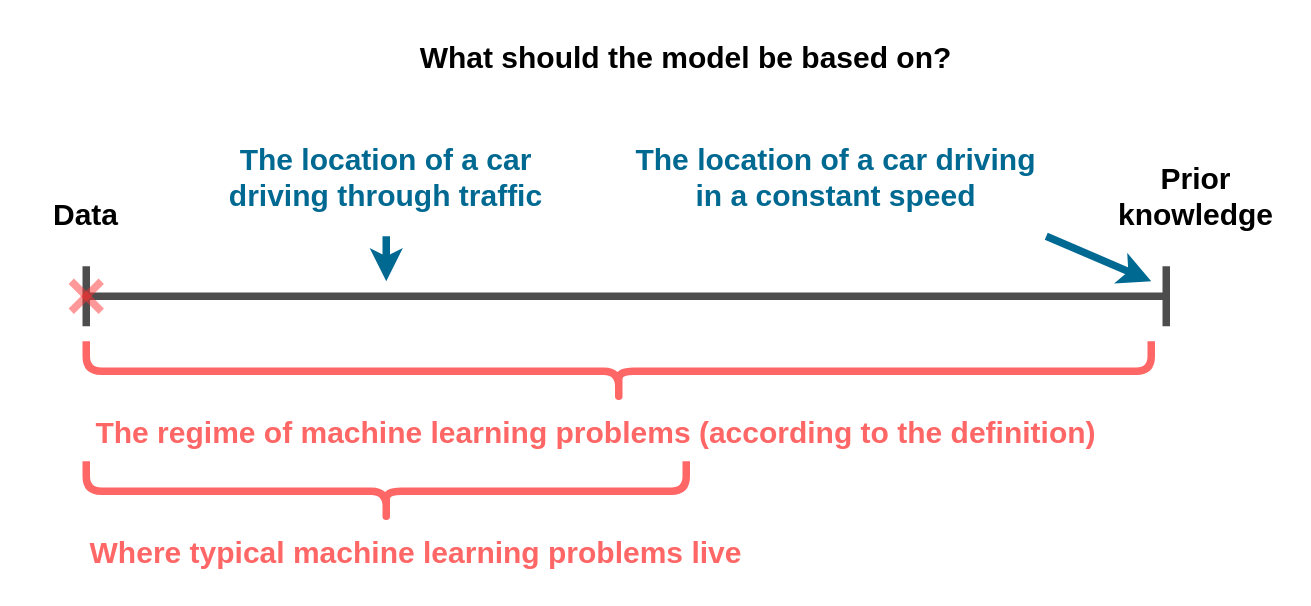
This is page "data_vs_prior" (4 of 5) of content/assets/diagrams.drawio from technion046195/technion046195, a draw.io file, before an edit. Source tidied: cells renumbered, new cells numbered last; positions are measured from the earlier drawing's top-left corner, leaving out a move shared by most shapes. Both pictures are drawn from the tidied source at 150%, with x=0, y=0 at pixel (26, -162).
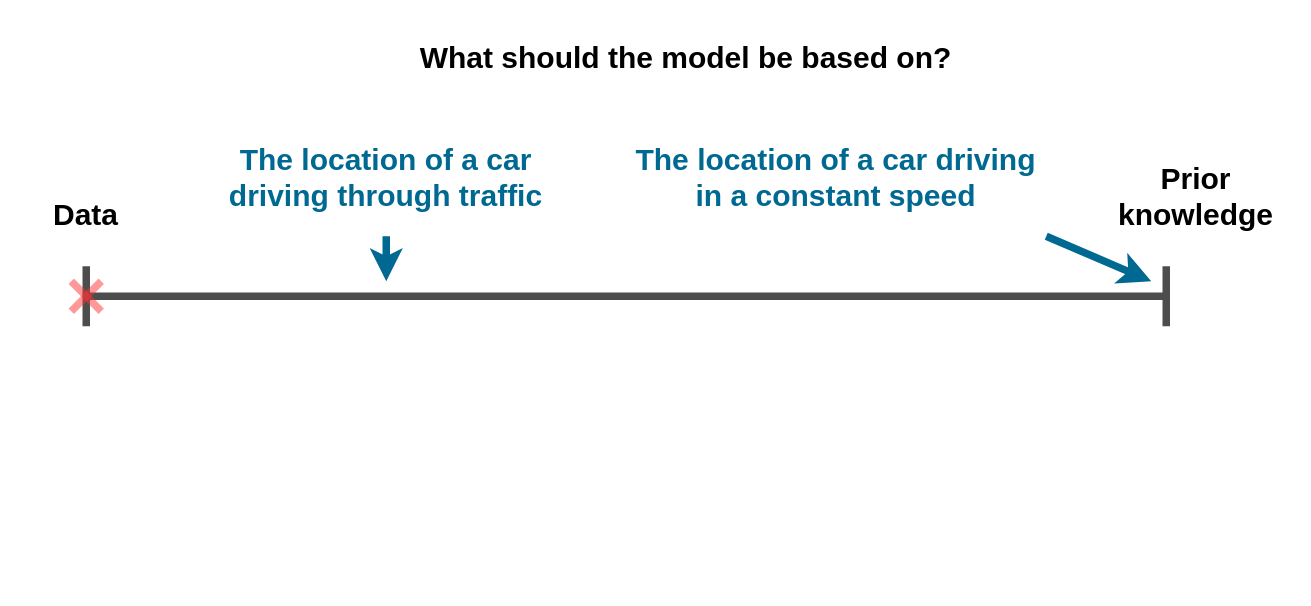
Above is the later version.

Diff of the diagram source:
```diff
@@
-    <mxCell id="10" style="shape=curlyBracket;whiteSpace=wrap;html=1;rounded=1;rotation=-90;strokeWidth=5;fillColor=none;strokeColor=#FF6666;" parent="1" vertex="1">
-      <mxGeometry x="375" width="40" height="710" as="geometry" />
-    </mxCell>
@@
-    <mxCell id="15" value="The regime of machine learning problems (according to the definition)" style="text;html=1;strokeColor=none;fillColor=none;align=center;verticalAlign=middle;whiteSpace=wrap;rounded=0;fontStyle=1;fontColor=#FF6666;fontSize=20;" parent="1" vertex="1">
-      <mxGeometry x="40" y="375" width="680" height="40" as="geometry" />
-    </mxCell>
-    <mxCell id="16" value="Where typical machine learning problems live" style="text;html=1;strokeColor=none;fillColor=none;align=center;verticalAlign=middle;whiteSpace=wrap;rounded=0;fontStyle=1;fontColor=#FF6666;fontSize=20;" parent="1" vertex="1">
-      <mxGeometry x="40" y="455" width="440" height="40" as="geometry" />
-    </mxCell>
-    <mxCell id="17" style="shape=curlyBracket;whiteSpace=wrap;html=1;rounded=1;rotation=-90;strokeWidth=5;fillColor=none;strokeColor=#FF6666;" parent="1" vertex="1">
-      <mxGeometry x="220" y="235" width="40" height="400" as="geometry" />
-    </mxCell>
```
